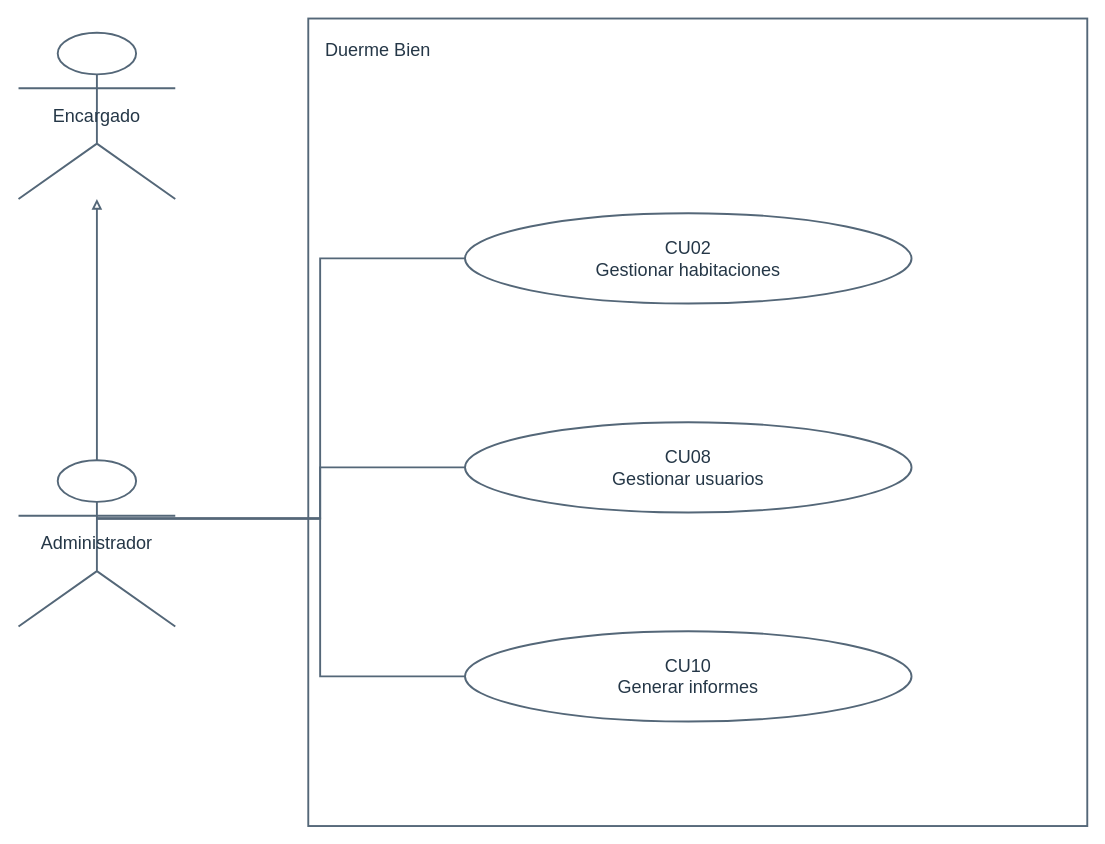
The draw.io diagram diagramas-editables/casos-de-uso-administracion.drawio in Yutre3/hotel-duerme-bien, before the edit. Source tidied: cells renumbered, new cells numbered last; positions are measured from the earlier drawing's top-left corner, leaving out a move shared by most shapes. Both pictures are drawn from the tidied source at 95%, with x=0, y=0 at pixel (18, 18).
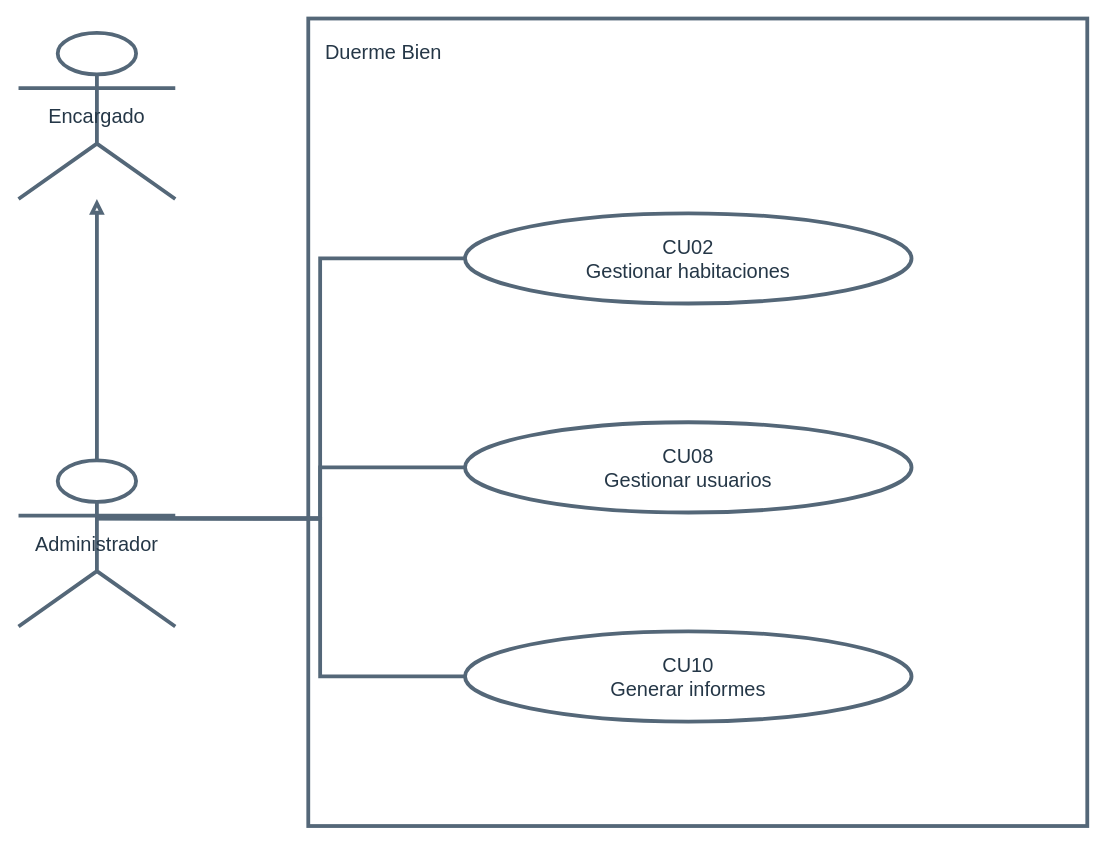
After the change.

The edit, as a diff of the source:
```diff
@@
 <mxGraphModel>
   <root>
     <mxCell id="0" />
     <mxCell id="1" parent="0" />
-    <mxCell id="2" value="Duerme Bien" style="rounded=0;verticalAlign=top;align=left;spacing=18;html=0;whiteSpace=wrap;strokeColor=#546778;strokeWidth=2;fillColor=#ffffff;fontColor=#253747;fontSize=19;" parent="1" vertex="1">
+    <mxCell id="2" value="Duerme Bien" style="rounded=0;verticalAlign=top;align=left;spacing=18;html=0;whiteSpace=wrap;strokeColor=#546778;strokeWidth=4;fillColor=#ffffff;fontColor=#253747;fontSize=21;" parent="1" vertex="1">
       <mxGeometry x="305" width="820" height="850" as="geometry" />
     </mxCell>
-    <mxCell id="3" value="Encargado" style="shape=umlActor;html=0;whiteSpace=wrap;strokeColor=#546778;strokeWidth=2;fillColor=#ffffff;fontColor=#253747;fontSize=19;" parent="1" vertex="1">
+    <mxCell id="3" value="Encargado" style="shape=umlActor;html=0;whiteSpace=wrap;strokeColor=#546778;strokeWidth=4;fillColor=#ffffff;fontColor=#253747;fontSize=21;" parent="1" vertex="1">
       <mxGeometry y="15" width="165" height="175" as="geometry" />
     </mxCell>
-    <mxCell id="4" value="Administrador" style="shape=umlActor;html=0;whiteSpace=wrap;strokeColor=#546778;strokeWidth=2;fillColor=#ffffff;fontColor=#253747;fontSize=19;" parent="1" vertex="1">
+    <mxCell id="4" value="Administrador" style="shape=umlActor;html=0;whiteSpace=wrap;strokeColor=#546778;strokeWidth=4;fillColor=#ffffff;fontColor=#253747;fontSize=21;" parent="1" vertex="1">
       <mxGeometry y="465" width="165" height="175" as="geometry" />
     </mxCell>
-    <mxCell id="5" value="CU02&#10;Gestionar habitaciones" style="ellipse;html=0;whiteSpace=wrap;strokeColor=#546778;strokeWidth=2;fillColor=#ffffff;fontColor=#253747;fontSize=19;" parent="1" vertex="1">
+    <mxCell id="5" value="CU02&#10;Gestionar habitaciones" style="ellipse;html=0;whiteSpace=wrap;strokeColor=#546778;strokeWidth=4;fillColor=#ffffff;fontColor=#253747;fontSize=21;" parent="1" vertex="1">
       <mxGeometry x="470" y="205" width="470" height="95" as="geometry" />
     </mxCell>
-    <mxCell id="6" value="CU08&#10;Gestionar usuarios" style="ellipse;html=0;whiteSpace=wrap;strokeColor=#546778;strokeWidth=2;fillColor=#ffffff;fontColor=#253747;fontSize=19;" parent="1" vertex="1">
+    <mxCell id="6" value="CU08&#10;Gestionar usuarios" style="ellipse;html=0;whiteSpace=wrap;strokeColor=#546778;strokeWidth=4;fillColor=#ffffff;fontColor=#253747;fontSize=21;" parent="1" vertex="1">
       <mxGeometry x="470" y="425" width="470" height="95" as="geometry" />
     </mxCell>
-    <mxCell id="7" value="CU10&#10;Generar informes" style="ellipse;html=0;whiteSpace=wrap;strokeColor=#546778;strokeWidth=2;fillColor=#ffffff;fontColor=#253747;fontSize=19;" parent="1" vertex="1">
+    <mxCell id="7" value="CU10&#10;Generar informes" style="ellipse;html=0;whiteSpace=wrap;strokeColor=#546778;strokeWidth=4;fillColor=#ffffff;fontColor=#253747;fontSize=21;" parent="1" vertex="1">
       <mxGeometry x="470" y="645" width="470" height="95" as="geometry" />
     </mxCell>
-    <mxCell id="8" style="html=0;edgeStyle=orthogonalEdgeStyle;jettySize=24;rounded=0;strokeWidth=2;strokeColor=#546778;fontSize=16;endArrow=block;endFill=0;startArrow=none;startFill=0;exitX=0.5;exitY=0;exitPerimeter=0;entryX=0.5;entryY=1;entryPerimeter=0;" parent="1" edge="1" source="4" target="3">
+    <mxCell id="8" style="html=0;edgeStyle=orthogonalEdgeStyle;jettySize=32;rounded=0;strokeWidth=4;strokeColor=#546778;fontSize=22;fontStyle=1;endArrow=block;endFill=0;startArrow=none;startFill=0;exitX=0.5;exitY=0;exitPerimeter=0;entryX=0.5;entryY=1;entryPerimeter=0;" parent="1" edge="1" source="4" target="3">
       <mxGeometry relative="1" as="geometry" />
     </mxCell>
-    <mxCell id="9" style="html=0;edgeStyle=orthogonalEdgeStyle;jettySize=24;rounded=0;strokeWidth=2;strokeColor=#546778;fontSize=16;endArrow=none;endFill=0;startArrow=none;startFill=0;exitX=0.5;exitY=0.35;exitPerimeter=0;entryX=0;entryY=0.5;entryPerimeter=0;" parent="1" edge="1" source="4" target="5">
+    <mxCell id="9" style="html=0;edgeStyle=orthogonalEdgeStyle;jettySize=32;rounded=0;strokeWidth=4;strokeColor=#546778;fontSize=22;fontStyle=1;endArrow=none;endFill=0;startArrow=none;startFill=0;exitX=0.5;exitY=0.35;exitPerimeter=0;entryX=0;entryY=0.5;entryPerimeter=0;" parent="1" edge="1" source="4" target="5">
       <mxGeometry relative="1" as="geometry" />
     </mxCell>
-    <mxCell id="10" style="html=0;edgeStyle=orthogonalEdgeStyle;jettySize=24;rounded=0;strokeWidth=2;strokeColor=#546778;fontSize=16;endArrow=none;endFill=0;startArrow=none;startFill=0;exitX=0.5;exitY=0.35;exitPerimeter=0;entryX=0;entryY=0.5;entryPerimeter=0;" parent="1" edge="1" source="4" target="6">
+    <mxCell id="10" style="html=0;edgeStyle=orthogonalEdgeStyle;jettySize=32;rounded=0;strokeWidth=4;strokeColor=#546778;fontSize=22;fontStyle=1;endArrow=none;endFill=0;startArrow=none;startFill=0;exitX=0.5;exitY=0.35;exitPerimeter=0;entryX=0;entryY=0.5;entryPerimeter=0;" parent="1" edge="1" source="4" target="6">
       <mxGeometry relative="1" as="geometry" />
     </mxCell>
-    <mxCell id="11" style="html=0;edgeStyle=orthogonalEdgeStyle;jettySize=24;rounded=0;strokeWidth=2;strokeColor=#546778;fontSize=16;endArrow=none;endFill=0;startArrow=none;startFill=0;exitX=0.5;exitY=0.35;exitPerimeter=0;entryX=0;entryY=0.5;entryPerimeter=0;" parent="1" edge="1" source="4" target="7">
+    <mxCell id="11" style="html=0;edgeStyle=orthogonalEdgeStyle;jettySize=32;rounded=0;strokeWidth=4;strokeColor=#546778;fontSize=22;fontStyle=1;endArrow=none;endFill=0;startArrow=none;startFill=0;exitX=0.5;exitY=0.35;exitPerimeter=0;entryX=0;entryY=0.5;entryPerimeter=0;" parent="1" edge="1" source="4" target="7">
       <mxGeometry relative="1" as="geometry" />
     </mxCell>
   </root>
 </mxGraphModel>
```
